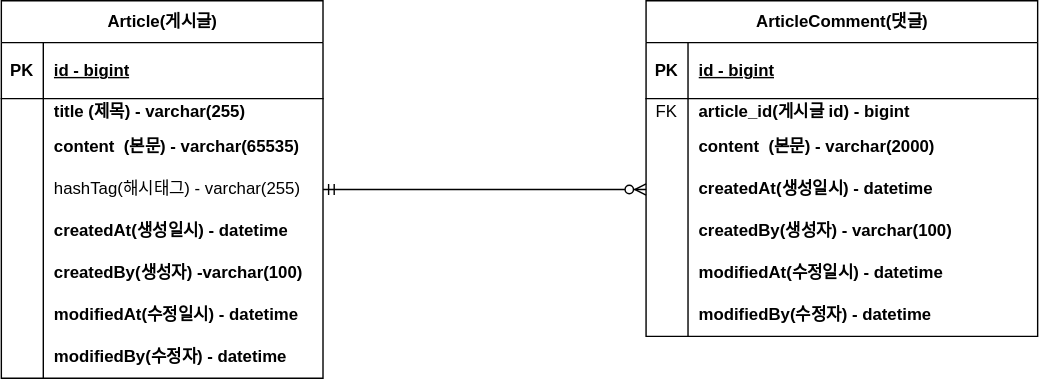
Above: project-board-erd.svg in sunyongoh/fastcampus-project-board (draw.io), before the change. Source tidied: cells renumbered, new cells last; positions are measured from the earlier drawing's top-left corner, leaving out a move shared by most shapes.
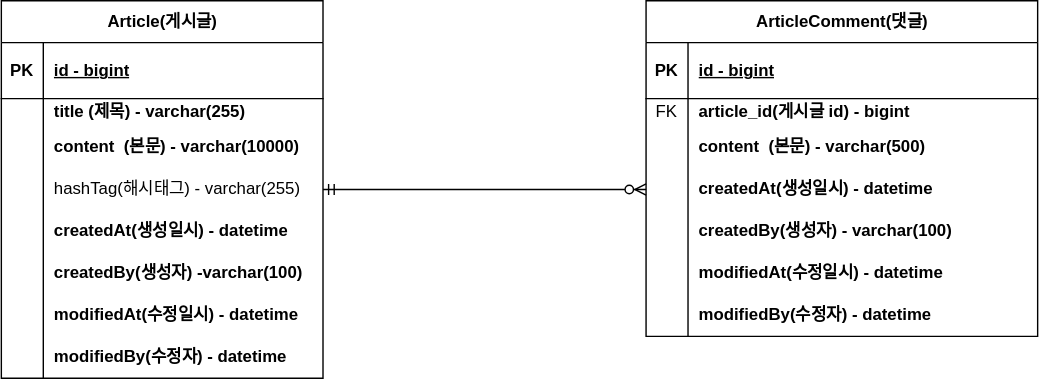
After the commit.

Commit message:
#10-erd 업데이트 : content 사이즈 변경

What changed in the source:
```diff
@@ -29,7 +29,7 @@
     <mxCell id="10" style="shape=partialRectangle;fillColor=none;top=0;left=0;bottom=0;right=0;overflow=hidden;whiteSpace=wrap;html=1;" parent="9" vertex="1">
       <mxGeometry width="30" height="30" as="geometry" />
     </mxCell>
-    <mxCell id="11" value="content&amp;nbsp; (본문) - varchar(65535)" style="shape=partialRectangle;fillColor=none;top=0;left=0;bottom=0;right=0;align=left;spacingLeft=6;overflow=hidden;whiteSpace=wrap;html=1;fontStyle=1;" parent="9" vertex="1">
+    <mxCell id="11" value="content&amp;nbsp; (본문) - varchar(10000)" style="shape=partialRectangle;fillColor=none;top=0;left=0;bottom=0;right=0;align=left;spacingLeft=6;overflow=hidden;whiteSpace=wrap;html=1;fontStyle=1;" parent="9" vertex="1">
       <mxGeometry x="30" width="200" height="30" as="geometry" />
     </mxCell>
     <mxCell id="12" style="shape=tableRow;horizontal=0;startSize=0;swimlaneHead=0;swimlaneBody=0;fillColor=none;points=[[0,0.5],[1,0.5]];portConstraint=eastwest;top=0;left=0;right=0;bottom=0;" parent="2" vertex="1">
@@ -104,7 +104,7 @@
     <mxCell id="35" style="shape=partialRectangle;fillColor=none;top=0;left=0;bottom=0;right=0;overflow=hidden;whiteSpace=wrap;html=1;" parent="34" vertex="1">
       <mxGeometry width="30" height="30" as="geometry" />
     </mxCell>
-    <mxCell id="36" value="content&amp;nbsp; (본문) - varchar(2000)" style="shape=partialRectangle;fillColor=none;top=0;left=0;bottom=0;right=0;align=left;spacingLeft=6;overflow=hidden;whiteSpace=wrap;html=1;fontStyle=1;" parent="34" vertex="1">
+    <mxCell id="36" value="content&amp;nbsp; (본문) - varchar(500)" style="shape=partialRectangle;fillColor=none;top=0;left=0;bottom=0;right=0;align=left;spacingLeft=6;overflow=hidden;whiteSpace=wrap;html=1;fontStyle=1;" parent="34" vertex="1">
       <mxGeometry x="30" width="250" height="30" as="geometry" />
     </mxCell>
     <mxCell id="37" style="shape=tableRow;horizontal=0;startSize=0;swimlaneHead=0;swimlaneBody=0;fillColor=none;points=[[0,0.5],[1,0.5]];portConstraint=eastwest;top=0;left=0;right=0;bottom=0;" parent="27" vertex="1">
```
